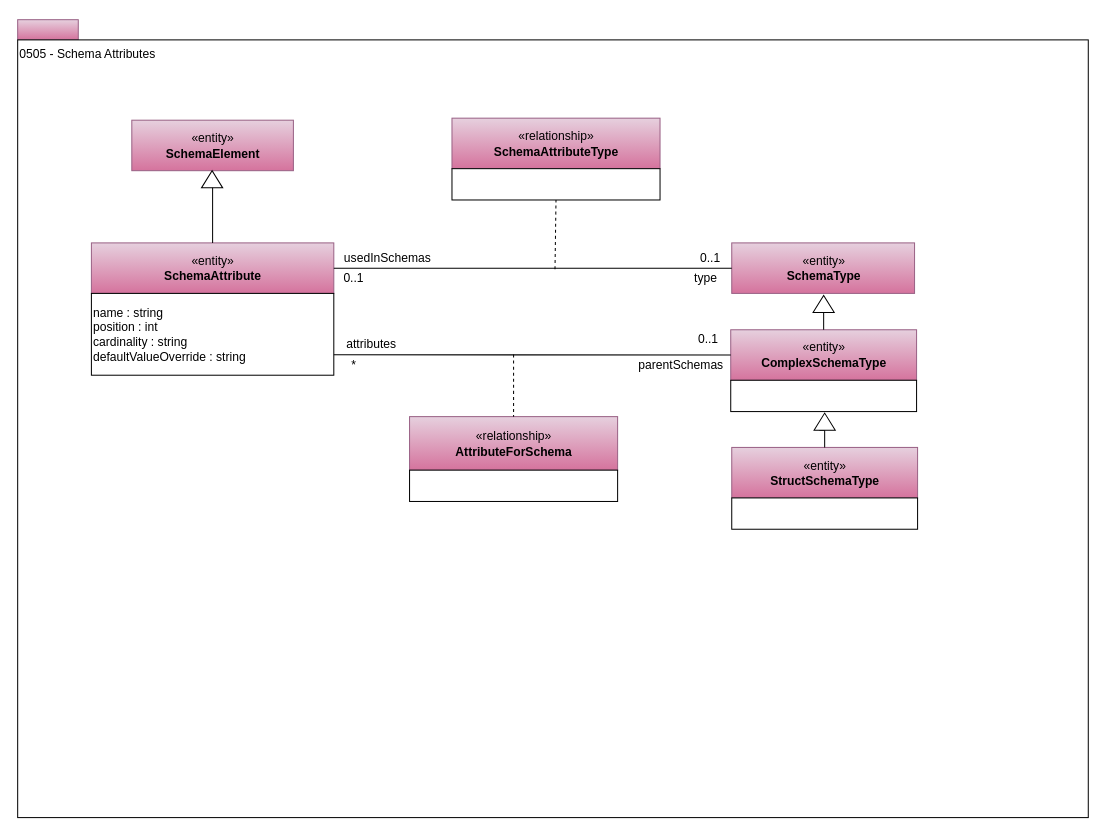
This is page "0505-Schema-Attributes" (5 of 20) of open-metadata-publication/website/open-metadata-types/Area-5-models-and-schema.drawio from planetf1/egeria, a draw.io file, before an edit. Source tidied: cells renumbered, new cells numbered last; positions are measured from the earlier drawing's top-left corner, leaving out a move shared by most shapes. Both pictures are drawn from the tidied source at 101%, with x=0, y=0 at pixel (17, 19).
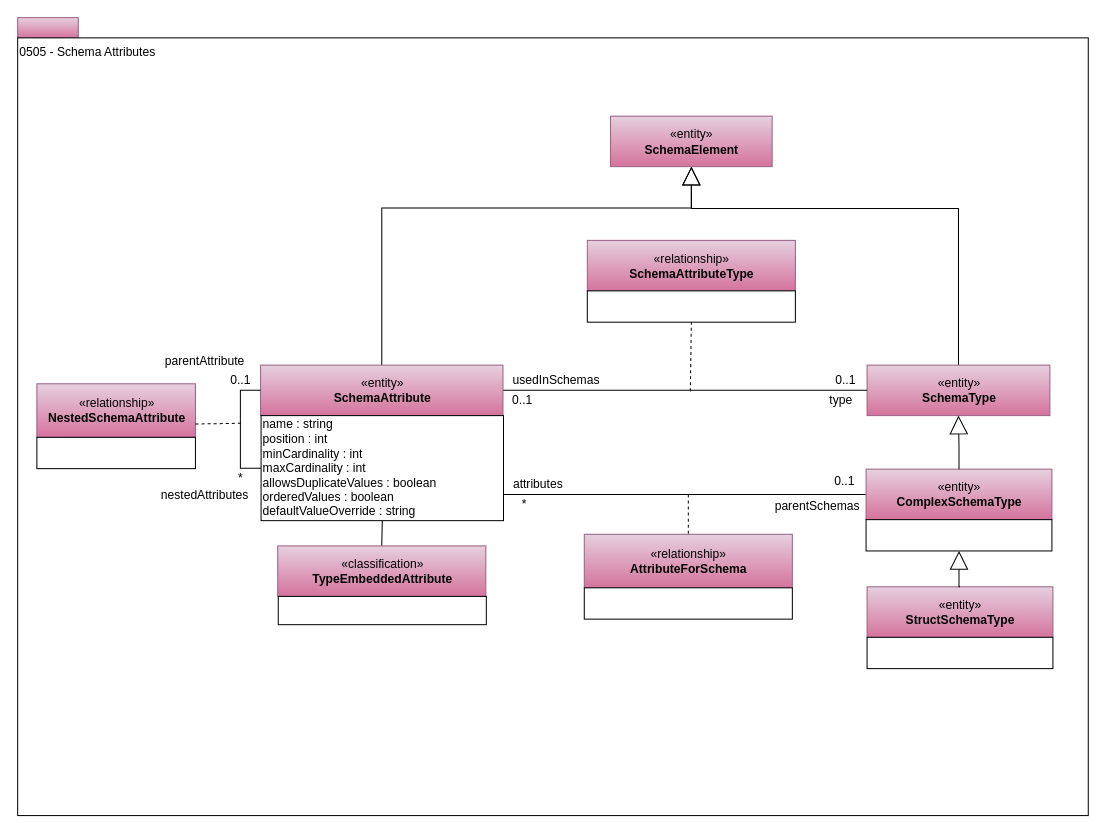
The same diagram, later.

What changed in the source:
```diff
@@
-    <mxCell id="0" />
-    <mxCell id="1" parent="0" />
-    <mxCell id="2" style="rounded=0;whiteSpace=wrap;html=1;align=left;fillColor=#e6d0de;strokeColor=#996185;gradientColor=#d5739d;" parent="1" vertex="1">
-      <mxGeometry width="60" height="20" as="geometry" />
-    </mxCell>
+    <mxCell id="34" />
+    <mxCell id="35" parent="34" />
+    <mxCell id="36" style="rounded=0;whiteSpace=wrap;html=1;align=left;fillColor=#e6d0de;strokeColor=#996185;gradientColor=#d5739d;" parent="35" vertex="1">
+      <mxGeometry y="-2" width="60" height="20" as="geometry" />
+    </mxCell>
-    <mxCell id="3" value="0505 - Schema Attributes" style="rounded=0;whiteSpace=wrap;html=1;align=left;verticalAlign=top;" parent="1" vertex="1">
-      <mxGeometry y="20" width="1060" height="770" as="geometry" />
+    <mxCell id="3" value="0505 - Schema Attributes" style="rounded=0;whiteSpace=wrap;html=1;align=left;verticalAlign=top;" parent="35" vertex="1">
+      <mxGeometry y="18" width="1060" height="770" as="geometry" />
     </mxCell>
-    <mxCell id="4" value="«entity»&lt;br&gt;&lt;b&gt;SchemaAttribute&lt;/b&gt;" style="html=1;strokeColor=#996185;align=center;fillColor=#e6d0de;gradientColor=#d5739d;" parent="1" vertex="1">
-      <mxGeometry x="73" y="221" width="240" height="50" as="geometry" />
-    </mxCell>
-    <mxCell id="5" value="name : string&lt;br&gt;position : int&lt;br&gt;cardinality : string&lt;br&gt;&lt;div style=&quot;text-align: left&quot;&gt;&lt;span&gt;defaultValueOverride : string&lt;/span&gt;&lt;/div&gt;" style="rounded=0;whiteSpace=wrap;html=1;strokeColor=#000000;gradientColor=#ffffff;align=left;" parent="1" vertex="1">
-      <mxGeometry x="73" y="271" width="240" height="81" as="geometry" />
-    </mxCell>
-    <mxCell id="6" style="edgeStyle=orthogonalEdgeStyle;rounded=0;html=1;endArrow=none;endFill=0;jettySize=auto;" parent="1" edge="1" source="7" target="4">
-      <mxGeometry relative="1" as="geometry" />
-    </mxCell>
-    <mxCell id="7" value="«entity»&lt;br&gt;&lt;b&gt;SchemaElement&lt;/b&gt;" style="html=1;strokeColor=#996185;align=center;fillColor=#e6d0de;gradientColor=#d5739d;" parent="1" vertex="1">
-      <mxGeometry x="113" y="99.5" width="160" height="50" as="geometry" />
+    <mxCell id="7" value="«entity»&lt;br&gt;&lt;b&gt;SchemaElement&lt;/b&gt;" style="html=1;strokeColor=#996185;align=center;fillColor=#e6d0de;gradientColor=#d5739d;" parent="35" vertex="1">
+      <mxGeometry x="587" y="95.5" width="160" height="50" as="geometry" />
     </mxCell>
-    <mxCell id="8" style="triangle;whiteSpace=wrap;html=1;strokeColor=#000000;gradientColor=#ffffff;align=center;rotation=-90;" parent="1" vertex="1">
-      <mxGeometry x="184" y="147.5" width="17" height="21" as="geometry" />
-    </mxCell>
+    <mxCell id="37" style="edgeStyle=orthogonalEdgeStyle;rounded=0;jettySize=auto;html=1;exitX=0.5;exitY=0;exitDx=0;exitDy=0;startArrow=none;startFill=0;startSize=6;endArrow=block;endFill=0;endSize=16;" parent="35" edge="1" source="9" target="7">
+      <mxGeometry relative="1" as="geometry">
+        <Array as="points">
+          <mxPoint x="932" y="187" />
+          <mxPoint x="667" y="187" />
+        </Array>
+      </mxGeometry>
+    </mxCell>
-    <mxCell id="9" value="«entity»&lt;br&gt;&lt;b&gt;SchemaType&lt;/b&gt;" style="html=1;strokeColor=#996185;align=center;fillColor=#e6d0de;gradientColor=#d5739d;" parent="1" vertex="1">
-      <mxGeometry x="707" y="221" width="181" height="50" as="geometry" />
+    <mxCell id="9" value="«entity»&lt;br&gt;&lt;b&gt;SchemaType&lt;/b&gt;" style="html=1;strokeColor=#996185;align=center;fillColor=#e6d0de;gradientColor=#d5739d;" parent="35" vertex="1">
+      <mxGeometry x="841" y="342" width="181" height="50" as="geometry" />
     </mxCell>
-    <mxCell id="10" style="endArrow=none;html=1;entryX=1;entryY=0.5;exitX=0;exitY=0.5;" parent="1" edge="1" source="9" target="4">
+    <mxCell id="10" style="endArrow=none;html=1;entryX=1;entryY=0.5;exitX=0;exitY=0.5;" parent="35" edge="1" source="9" target="4">
       <mxGeometry relative="1" as="geometry" />
     </mxCell>
-    <mxCell id="11" value="«relationship»&lt;br&gt;&lt;b&gt;SchemaAttributeType&lt;/b&gt;" style="html=1;strokeColor=#996185;align=center;fillColor=#e6d0de;gradientColor=#d5739d;" parent="1" vertex="1">
-      <mxGeometry x="430" y="97.5" width="206" height="50" as="geometry" />
+    <mxCell id="11" value="«relationship»&lt;br&gt;&lt;b&gt;SchemaAttributeType&lt;/b&gt;" style="html=1;strokeColor=#996185;align=center;fillColor=#e6d0de;gradientColor=#d5739d;" parent="35" vertex="1">
+      <mxGeometry x="564" y="218.5" width="206" height="50" as="geometry" />
     </mxCell>
-    <mxCell id="12" style="endArrow=none;dashed=1;html=1;entryX=0.5;entryY=1;" parent="1" edge="1" target="14">
-      <mxGeometry relative="1" as="geometry">
-        <mxPoint x="532" y="247" as="sourcePoint" />
-      </mxGeometry>
-    </mxCell>
+    <mxCell id="38" style="endArrow=none;dashed=1;html=1;entryX=0.5;entryY=1;" parent="35" edge="1" target="39">
+      <mxGeometry relative="1" as="geometry">
+        <mxPoint x="666" y="368" as="sourcePoint" />
+      </mxGeometry>
+    </mxCell>
+    <mxCell id="39" style="rounded=0;whiteSpace=wrap;html=1;strokeColor=#000000;gradientColor=#ffffff;align=center;" parent="35" vertex="1">
+      <mxGeometry x="564" y="268.5" width="206" height="31" as="geometry" />
+    </mxCell>
+    <mxCell id="40" value="0..1" style="text;html=1;strokeColor=none;fillColor=none;align=center;verticalAlign=middle;whiteSpace=wrap;rounded=0;" parent="35" vertex="1">
+      <mxGeometry x="800" y="347" width="40" height="20" as="geometry" />
+    </mxCell>
+    <mxCell id="41" value="0..1" style="text;html=1;strokeColor=none;fillColor=none;align=center;verticalAlign=middle;whiteSpace=wrap;rounded=0;" parent="35" vertex="1">
+      <mxGeometry x="480" y="367" width="40" height="20" as="geometry" />
+    </mxCell>
+    <mxCell id="21" value="type" style="text;html=1;strokeColor=none;fillColor=none;align=center;verticalAlign=middle;whiteSpace=wrap;rounded=0;" parent="35" vertex="1">
+      <mxGeometry x="790" y="367" width="51" height="20" as="geometry" />
+    </mxCell>
+    <mxCell id="26" value="usedInSchemas" style="text;html=1;strokeColor=none;fillColor=none;align=center;verticalAlign=middle;whiteSpace=wrap;rounded=0;" parent="35" vertex="1">
+      <mxGeometry x="480" y="347" width="107" height="20" as="geometry" />
+    </mxCell>
+    <mxCell id="42" style="edgeStyle=orthogonalEdgeStyle;rounded=0;jettySize=auto;html=1;exitX=0.5;exitY=0;exitDx=0;exitDy=0;startSize=6;endArrow=none;endFill=0;endSize=16;entryX=0.5;entryY=1;entryDx=0;entryDy=0;" parent="35" edge="1" source="62" target="68">
+      <mxGeometry relative="1" as="geometry" />
+    </mxCell>
+    <mxCell id="43" style="edgeStyle=orthogonalEdgeStyle;rounded=0;jettySize=auto;html=1;exitX=0.5;exitY=0;exitDx=0;exitDy=0;entryX=0.5;entryY=1;entryDx=0;entryDy=0;startSize=6;endArrow=block;endFill=0;endSize=16;" parent="35" edge="1" source="4" target="7">
+      <mxGeometry relative="1" as="geometry">
+        <Array as="points">
+          <mxPoint x="361" y="186.5" />
+          <mxPoint x="667" y="186.5" />
+        </Array>
+      </mxGeometry>
+    </mxCell>
+    <mxCell id="44" style="group;" parent="35" vertex="1">
+      <mxGeometry x="19" y="360.5" width="157" height="84" as="geometry" />
+    </mxCell>
+    <mxCell id="45" value="«relationship»&lt;br&gt;&lt;b&gt;NestedSchemaAttribute&lt;/b&gt;" style="html=1;strokeColor=#996185;align=center;fillColor=#e6d0de;gradientColor=#d5739d;" parent="44" vertex="1">
+      <mxGeometry width="157" height="53" as="geometry" />
+    </mxCell>
+    <mxCell id="46" style="rounded=0;whiteSpace=wrap;html=1;strokeColor=#000000;gradientColor=#ffffff;align=center;" parent="44" vertex="1">
+      <mxGeometry y="53" width="157" height="31" as="geometry" />
+    </mxCell>
+    <mxCell id="47" style="endArrow=none;dashed=1;html=1;edgeStyle=orthogonalEdgeStyle;rounded=0;entryX=1;entryY=0.75;entryDx=0;entryDy=0;" parent="35" edge="1" target="45">
+      <mxGeometry relative="1" as="geometry">
+        <mxPoint x="221" y="399.5" as="sourcePoint" />
+      </mxGeometry>
+    </mxCell>
+    <mxCell id="48" value="parentAttribute" style="text;html=1;strokeColor=none;fillColor=none;align=center;verticalAlign=middle;whiteSpace=wrap;rounded=0;" parent="35" vertex="1">
+      <mxGeometry x="131.5" y="328" width="107" height="20" as="geometry" />
+    </mxCell>
+    <mxCell id="49" value="nestedAttributes" style="text;html=1;strokeColor=none;fillColor=none;align=center;verticalAlign=middle;whiteSpace=wrap;rounded=0;" parent="35" vertex="1">
+      <mxGeometry x="131.5" y="461" width="107" height="20" as="geometry" />
+    </mxCell>
+    <mxCell id="50" value="*" style="text;html=1;strokeColor=none;fillColor=none;align=center;verticalAlign=middle;whiteSpace=wrap;rounded=0;" parent="35" vertex="1">
+      <mxGeometry x="200.5" y="443.5" width="40" height="20" as="geometry" />
+    </mxCell>
+    <mxCell id="51" value="0..1" style="text;html=1;strokeColor=none;fillColor=none;align=center;verticalAlign=middle;whiteSpace=wrap;rounded=0;" parent="35" vertex="1">
+      <mxGeometry x="200.5" y="347" width="40" height="20" as="geometry" />
+    </mxCell>
+    <mxCell id="52" style="endArrow=none;dashed=1;html=1;" parent="35" edge="1" target="15">
+      <mxGeometry relative="1" as="geometry">
+        <mxPoint x="664" y="470" as="sourcePoint" />
+      </mxGeometry>
+    </mxCell>
+    <mxCell id="53" style="endArrow=none;html=1;entryX=0;entryY=0.5;entryDx=0;entryDy=0;edgeStyle=orthogonalEdgeStyle;rounded=0;exitX=1;exitY=0.75;exitDx=0;exitDy=0;" parent="35" edge="1" source="68" target="13">
+      <mxGeometry relative="1" as="geometry" />
+    </mxCell>
+    <mxCell id="54" style="group;" parent="35" vertex="1">
+      <mxGeometry x="561" y="509.5" width="206" height="84" as="geometry" />
+    </mxCell>
+    <mxCell id="15" value="«relationship»&lt;br&gt;&lt;b&gt;AttributeForSchema&lt;/b&gt;" style="html=1;strokeColor=#996185;align=center;fillColor=#e6d0de;gradientColor=#d5739d;" parent="54" vertex="1">
+      <mxGeometry width="206" height="53" as="geometry" />
+    </mxCell>
+    <mxCell id="55" style="rounded=0;whiteSpace=wrap;html=1;strokeColor=#000000;gradientColor=#ffffff;align=center;" parent="54" vertex="1">
+      <mxGeometry y="53" width="206" height="31" as="geometry" />
+    </mxCell>
+    <mxCell id="56" style="group;" parent="35" vertex="1">
+      <mxGeometry x="840" y="445" width="184" height="81" as="geometry" />
+    </mxCell>
-    <mxCell id="13" value="«entity»&lt;br&gt;&lt;b&gt;ComplexSchemaType&lt;/b&gt;" style="html=1;strokeColor=#996185;align=center;fillColor=#e6d0de;gradientColor=#d5739d;" parent="1" vertex="1">
-      <mxGeometry x="706" y="307" width="184" height="50" as="geometry" />
+    <mxCell id="13" value="«entity»&lt;br&gt;&lt;b&gt;ComplexSchemaType&lt;/b&gt;" style="html=1;strokeColor=#996185;align=center;fillColor=#e6d0de;gradientColor=#d5739d;" parent="56" vertex="1">
+      <mxGeometry width="184" height="50" as="geometry" />
     </mxCell>
-    <mxCell id="14" style="rounded=0;whiteSpace=wrap;html=1;strokeColor=#000000;gradientColor=#ffffff;align=center;" parent="1" vertex="1">
-      <mxGeometry x="430" y="147.5" width="206" height="31" as="geometry" />
-    </mxCell>
-    <mxCell id="15" value="«relationship»&lt;br&gt;&lt;b&gt;AttributeForSchema&lt;/b&gt;" style="html=1;strokeColor=#996185;align=center;fillColor=#e6d0de;gradientColor=#d5739d;" parent="1" vertex="1">
-      <mxGeometry x="388" y="393" width="206" height="53" as="geometry" />
-    </mxCell>
-    <mxCell id="16" style="endArrow=none;dashed=1;html=1;" parent="1" edge="1" target="15">
-      <mxGeometry relative="1" as="geometry">
-        <mxPoint x="491" y="331.5" as="sourcePoint" />
-      </mxGeometry>
-    </mxCell>
-    <mxCell id="17" value="*" style="text;html=1;strokeColor=none;fillColor=none;align=center;verticalAlign=middle;whiteSpace=wrap;rounded=0;" parent="1" vertex="1">
-      <mxGeometry x="313" y="332" width="40" height="20" as="geometry" />
-    </mxCell>
-    <mxCell id="18" value="0..1" style="text;html=1;strokeColor=none;fillColor=none;align=center;verticalAlign=middle;whiteSpace=wrap;rounded=0;" parent="1" vertex="1">
-      <mxGeometry x="666" y="226" width="40" height="20" as="geometry" />
-    </mxCell>
-    <mxCell id="19" value="0..1" style="text;html=1;strokeColor=none;fillColor=none;align=center;verticalAlign=middle;whiteSpace=wrap;rounded=0;" parent="1" vertex="1">
-      <mxGeometry x="313" y="246" width="40" height="20" as="geometry" />
-    </mxCell>
-    <mxCell id="20" value="0..1" style="text;html=1;strokeColor=none;fillColor=none;align=center;verticalAlign=middle;whiteSpace=wrap;rounded=0;" parent="1" vertex="1">
-      <mxGeometry x="664" y="306.5" width="40" height="20" as="geometry" />
-    </mxCell>
-    <mxCell id="21" value="type" style="text;html=1;strokeColor=none;fillColor=none;align=center;verticalAlign=middle;whiteSpace=wrap;rounded=0;" parent="1" vertex="1">
-      <mxGeometry x="656" y="246" width="51" height="20" as="geometry" />
-    </mxCell>
-    <mxCell id="22" style="rounded=0;whiteSpace=wrap;html=1;strokeColor=#000000;gradientColor=#ffffff;align=center;" parent="1" vertex="1">
-      <mxGeometry x="388" y="446" width="206" height="31" as="geometry" />
-    </mxCell>
+    <mxCell id="57" style="rounded=0;whiteSpace=wrap;html=1;strokeColor=#000000;gradientColor=#ffffff;align=center;" parent="56" vertex="1">
+      <mxGeometry y="50" width="184" height="31" as="geometry" />
+    </mxCell>
+    <mxCell id="58" style="edgeStyle=orthogonalEdgeStyle;rounded=0;jettySize=auto;html=1;exitX=0.5;exitY=0;exitDx=0;exitDy=0;entryX=0.5;entryY=1;entryDx=0;entryDy=0;endArrow=block;endFill=0;endSize=16;" parent="35" edge="1" source="13" target="9">
+      <mxGeometry relative="1" as="geometry" />
+    </mxCell>
+    <mxCell id="59" value="*" style="text;html=1;strokeColor=none;fillColor=none;align=center;verticalAlign=middle;whiteSpace=wrap;rounded=0;" parent="35" vertex="1">
+      <mxGeometry x="482" y="469.5" width="40" height="20" as="geometry" />
+    </mxCell>
+    <mxCell id="60" value="0..1" style="text;html=1;strokeColor=none;fillColor=none;align=center;verticalAlign=middle;whiteSpace=wrap;rounded=0;" parent="35" vertex="1">
+      <mxGeometry x="799" y="446.5" width="40" height="20" as="geometry" />
+    </mxCell>
-    <mxCell id="23" value="attributes" style="text;html=1;strokeColor=none;fillColor=none;align=center;verticalAlign=middle;whiteSpace=wrap;rounded=0;" parent="1" vertex="1">
-      <mxGeometry x="317" y="312" width="67" height="20" as="geometry" />
+    <mxCell id="23" value="attributes" style="text;html=1;strokeColor=none;fillColor=none;align=center;verticalAlign=middle;whiteSpace=wrap;rounded=0;" parent="35" vertex="1">
+      <mxGeometry x="482" y="449.5" width="67" height="20" as="geometry" />
     </mxCell>
-    <mxCell id="24" value="parentSchemas" style="text;html=1;strokeColor=none;fillColor=none;align=center;verticalAlign=middle;whiteSpace=wrap;rounded=0;" parent="1" vertex="1">
-      <mxGeometry x="607" y="332" width="100" height="20" as="geometry" />
+    <mxCell id="24" value="parentSchemas" style="text;html=1;strokeColor=none;fillColor=none;align=center;verticalAlign=middle;whiteSpace=wrap;rounded=0;" parent="35" vertex="1">
+      <mxGeometry x="742" y="472" width="100" height="20" as="geometry" />
     </mxCell>
-    <mxCell id="25" style="endArrow=none;html=1;entryX=0;entryY=0.5;exitX=1;exitY=0.75;" parent="1" edge="1" source="5" target="13">
-      <mxGeometry relative="1" as="geometry" />
-    </mxCell>
-    <mxCell id="26" value="usedInSchemas" style="text;html=1;strokeColor=none;fillColor=none;align=center;verticalAlign=middle;whiteSpace=wrap;rounded=0;" parent="1" vertex="1">
-      <mxGeometry x="313" y="226" width="107" height="20" as="geometry" />
-    </mxCell>
-    <mxCell id="27" style="rounded=0;whiteSpace=wrap;html=1;strokeColor=#000000;gradientColor=#ffffff;align=center;" parent="1" vertex="1">
-      <mxGeometry x="706" y="357" width="184" height="31" as="geometry" />
-    </mxCell>
-    <mxCell id="28" style="edgeStyle=orthogonalEdgeStyle;rounded=0;jettySize=auto;html=1;exitX=0;exitY=0.25;exitDx=0;exitDy=0;entryX=0.5;entryY=0;entryDx=0;entryDy=0;endArrow=none;endFill=0;" parent="1" edge="1" source="29" target="13">
-      <mxGeometry relative="1" as="geometry" />
-    </mxCell>
-    <mxCell id="29" style="triangle;whiteSpace=wrap;html=1;strokeColor=#000000;gradientColor=#ffffff;align=center;rotation=-90;" parent="1" vertex="1">
-      <mxGeometry x="789.5" y="271" width="17" height="21" as="geometry" />
-    </mxCell>
+    <mxCell id="61" style="group;" parent="35" vertex="1">
+      <mxGeometry x="257.5" y="521" width="206.5" height="78" as="geometry" />
+    </mxCell>
+    <mxCell id="62" value="«classification»&lt;br&gt;&lt;b&gt;TypeEmbeddedAttribute&lt;/b&gt;" style="html=1;strokeColor=#996185;align=center;fillColor=#e6d0de;gradientColor=#d5739d;" parent="61" vertex="1">
+      <mxGeometry width="206" height="50" as="geometry" />
+    </mxCell>
+    <mxCell id="63" value="&lt;br&gt;&lt;div style=&quot;text-align: left&quot;&gt;&lt;/div&gt;" style="rounded=0;whiteSpace=wrap;html=1;strokeColor=#000000;gradientColor=#ffffff;align=left;" parent="61" vertex="1">
+      <mxGeometry x="0.5" y="50" width="206" height="28" as="geometry" />
+    </mxCell>
+    <mxCell id="64" style="group;" parent="35" vertex="1">
+      <mxGeometry x="841" y="561.5" width="184" height="81" as="geometry" />
+    </mxCell>
-    <mxCell id="30" value="«entity»&lt;br&gt;&lt;b&gt;StructSchemaType&lt;/b&gt;" style="html=1;strokeColor=#996185;align=center;fillColor=#e6d0de;gradientColor=#d5739d;" parent="1" vertex="1">
-      <mxGeometry x="707" y="423.5" width="184" height="50" as="geometry" />
+    <mxCell id="30" value="«entity»&lt;br&gt;&lt;b&gt;StructSchemaType&lt;/b&gt;" style="html=1;strokeColor=#996185;align=center;fillColor=#e6d0de;gradientColor=#d5739d;" parent="64" vertex="1">
+      <mxGeometry width="184" height="50" as="geometry" />
     </mxCell>
-    <mxCell id="31" style="rounded=0;whiteSpace=wrap;html=1;strokeColor=#000000;gradientColor=#ffffff;align=center;" parent="1" vertex="1">
-      <mxGeometry x="707" y="473.5" width="184" height="31" as="geometry" />
-    </mxCell>
-    <mxCell id="32" style="edgeStyle=orthogonalEdgeStyle;rounded=0;jettySize=auto;html=1;exitX=0;exitY=0.25;exitDx=0;exitDy=0;entryX=0.5;entryY=0;entryDx=0;entryDy=0;endArrow=none;endFill=0;" parent="1" edge="1" source="33" target="30">
-      <mxGeometry relative="1" as="geometry" />
-    </mxCell>
-    <mxCell id="33" style="triangle;whiteSpace=wrap;html=1;strokeColor=#000000;gradientColor=#ffffff;align=center;rotation=-90;" parent="1" vertex="1">
-      <mxGeometry x="790.5" y="387.5" width="17" height="21" as="geometry" />
-    </mxCell>
+    <mxCell id="65" style="rounded=0;whiteSpace=wrap;html=1;strokeColor=#000000;gradientColor=#ffffff;align=center;" parent="64" vertex="1">
+      <mxGeometry y="50" width="184" height="31" as="geometry" />
+    </mxCell>
+    <mxCell id="66" style="edgeStyle=orthogonalEdgeStyle;rounded=0;jettySize=auto;html=1;exitX=0.5;exitY=0;exitDx=0;exitDy=0;entryX=0.5;entryY=1;entryDx=0;entryDy=0;endArrow=block;endFill=0;endSize=16;" parent="35" edge="1" source="30" target="57">
+      <mxGeometry relative="1" as="geometry" />
+    </mxCell>
+    <mxCell id="67" style="group;" parent="35" vertex="1">
+      <mxGeometry x="240.5" y="342" width="240.5" height="154" as="geometry" />
+    </mxCell>
+    <mxCell id="4" value="«entity»&lt;br&gt;&lt;b&gt;SchemaAttribute&lt;/b&gt;" style="html=1;strokeColor=#996185;align=center;fillColor=#e6d0de;gradientColor=#d5739d;" parent="67" vertex="1">
+      <mxGeometry width="240" height="50" as="geometry" />
+    </mxCell>
+    <mxCell id="68" value="&lt;span style=&quot;white-space: normal&quot;&gt;name : string&lt;/span&gt;&lt;br style=&quot;white-space: normal&quot;&gt;&lt;span style=&quot;white-space: normal&quot;&gt;position : int&lt;/span&gt;&lt;br style=&quot;white-space: normal&quot;&gt;&lt;font style=&quot;white-space: normal&quot;&gt;minCardinality : int&lt;br&gt;maxCardinality : int&lt;/font&gt;&lt;br style=&quot;white-space: normal&quot;&gt;&lt;font style=&quot;white-space: normal&quot;&gt;allowsDuplicateValues : boolean&lt;br&gt;orderedValues : boolean&lt;br&gt;&lt;/font&gt;&lt;span&gt;defaultValueOverride : string&lt;/span&gt;&lt;font color=&quot;#ff0000&quot; style=&quot;white-space: normal&quot;&gt;&lt;br&gt;&lt;/font&gt;" style="rounded=0;whiteSpace=wrap;html=1;strokeColor=#000000;gradientColor=#ffffff;align=left;" parent="67" vertex="1">
+      <mxGeometry x="0.5" y="50" width="240" height="104" as="geometry" />
+    </mxCell>
+    <mxCell id="69" style="edgeStyle=orthogonalEdgeStyle;rounded=0;jettySize=auto;html=1;entryX=0;entryY=0.5;entryDx=0;entryDy=0;fontColor=#FF0000;exitX=0;exitY=0.5;exitDx=0;exitDy=0;endArrow=none;endFill=0;" parent="67" edge="1" source="4" target="68">
+      <mxGeometry relative="1" as="geometry" />
+    </mxCell>
```
